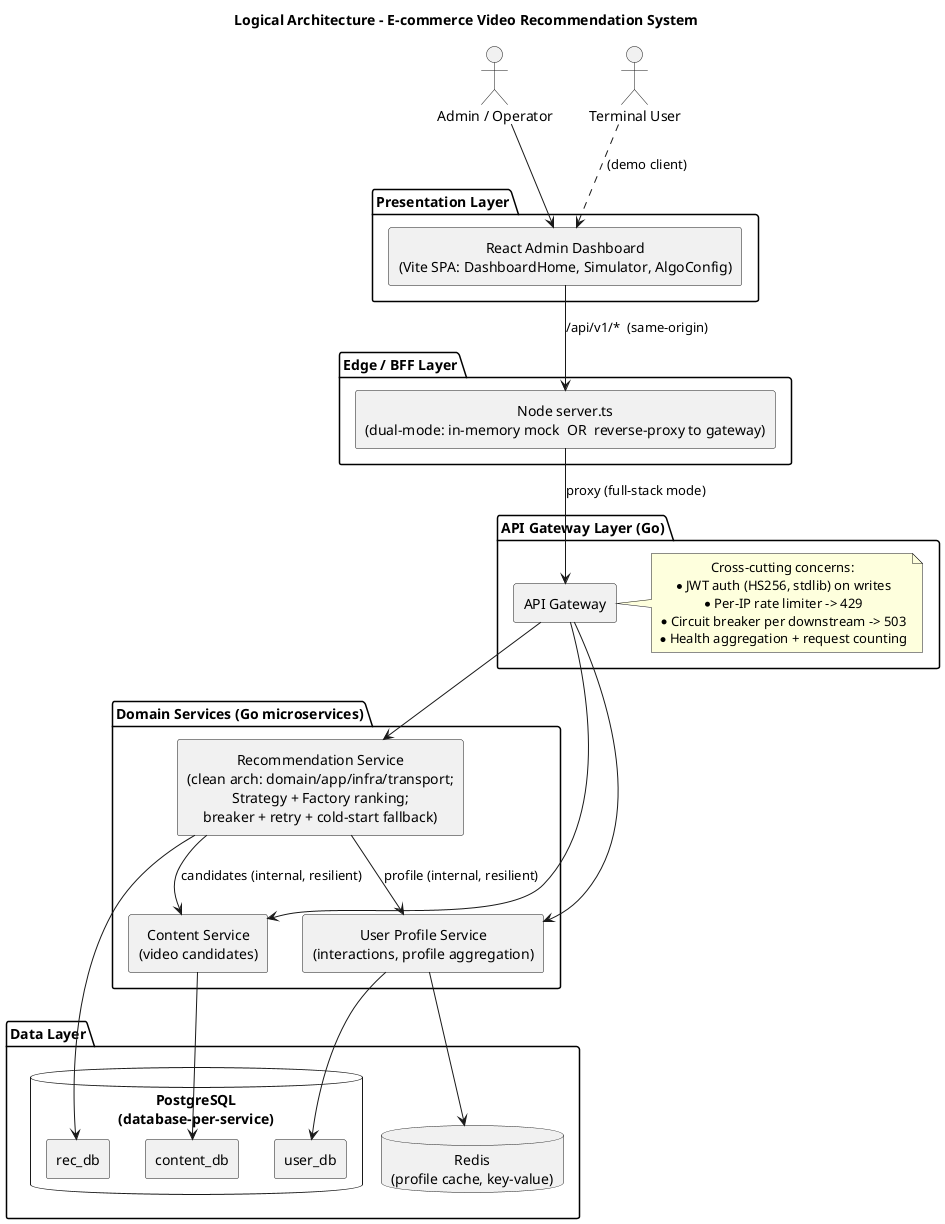
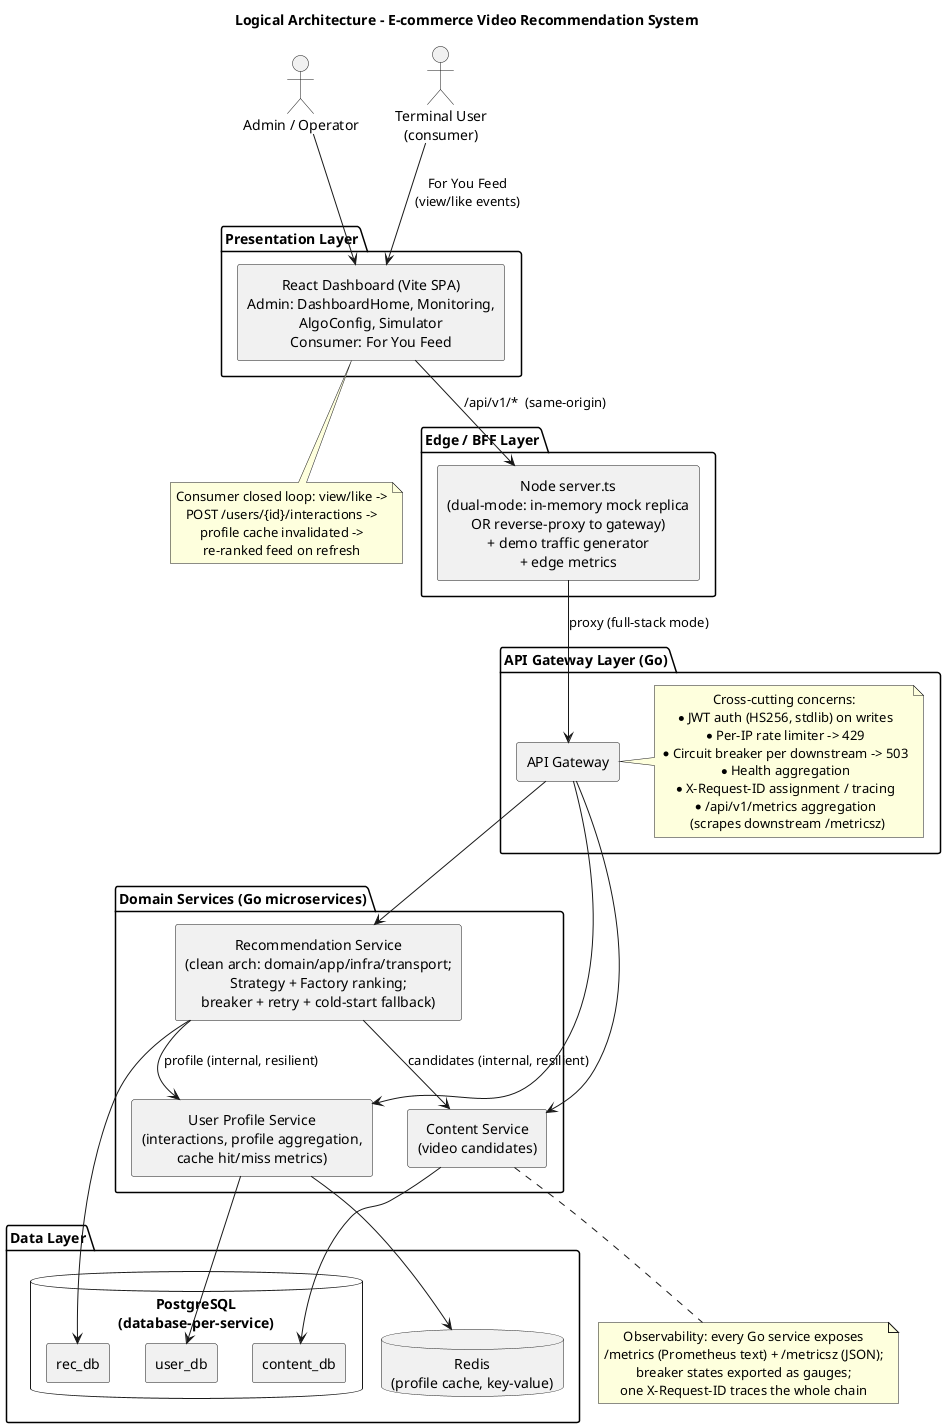
@startuml logical-architecture
title Logical Architecture - E-commerce Video Recommendation System

skinparam componentStyle rectangle
skinparam shadowing false
skinparam defaultTextAlignment center

actor "Admin / Operator" as admin
- actor "Terminal User" as user
+ actor "Terminal User\n(consumer)" as user

package "Presentation Layer" {
-   [React Admin Dashboard\n(Vite SPA: DashboardHome, Simulator, AlgoConfig)] as react
+   [React Dashboard (Vite SPA)\nAdmin: DashboardHome, Monitoring,\nAlgoConfig, Simulator\nConsumer: For You Feed] as react
}

package "Edge / BFF Layer" {
-   [Node server.ts\n(dual-mode: in-memory mock  OR  reverse-proxy to gateway)] as bff
+   [Node server.ts\n(dual-mode: in-memory mock replica\nOR reverse-proxy to gateway)\n+ demo traffic generator\n+ edge metrics] as bff
}

package "API Gateway Layer (Go)" {
  [API Gateway] as gw
  note right of gw
    Cross-cutting concerns:
    * JWT auth (HS256, stdlib) on writes
    * Per-IP rate limiter -> 429
    * Circuit breaker per downstream -> 503
-     * Health aggregation + request counting
+     * Health aggregation
+     * X-Request-ID assignment / tracing
+     * /api/v1/metrics aggregation
+       (scrapes downstream /metricsz)
  end note
}

package "Domain Services (Go microservices)" {
  [Recommendation Service\n(clean arch: domain/app/infra/transport;\nStrategy + Factory ranking;\nbreaker + retry + cold-start fallback)] as rec
-   [User Profile Service\n(interactions, profile aggregation)] as usvc
+   [User Profile Service\n(interactions, profile aggregation,\ncache hit/miss metrics)] as usvc
  [Content Service\n(video candidates)] as csvc
}

package "Data Layer" {
  database "PostgreSQL\n(database-per-service)" as pg {
    [user_db]
    [content_db]
    [rec_db]
  }
  database "Redis\n(profile cache, key-value)" as redis
}

admin --> react
- user ..> react : (demo client)
+ user --> react : For You Feed\n(view/like events)
react --> bff : /api/v1/*  (same-origin)
bff --> gw : proxy (full-stack mode)

gw --> rec
gw --> usvc
gw --> csvc

rec --> usvc : profile (internal, resilient)
rec --> csvc : candidates (internal, resilient)
rec --> rec_db
usvc --> user_db
usvc --> redis
csvc --> content_db
+ 
+ note bottom of react
+   Consumer closed loop: view/like ->
+   POST /users/{id}/interactions ->
+   profile cache invalidated ->
+   re-ranked feed on refresh
+ end note
+ 
+ note bottom of csvc
+   Observability: every Go service exposes
+   /metrics (Prometheus text) + /metricsz (JSON);
+   breaker states exported as gauges;
+   one X-Request-ID traces the whole chain
+ end note
@enduml
